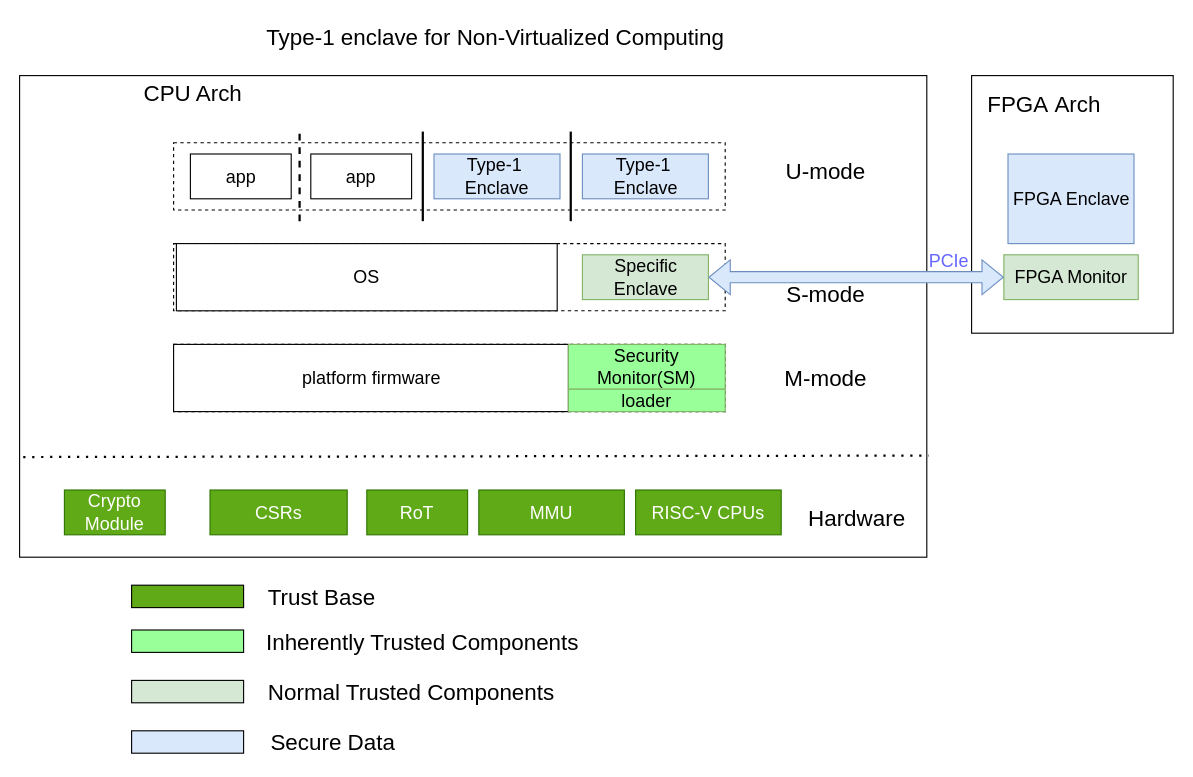
The draw.io diagram page "sys_overview(app)" (1 of 11) of saber.drawio in Zou1c/tmp, before the edit. Source tidied: cells renumbered, new cells numbered last; positions are measured from the earlier drawing's top-left corner, leaving out a move shared by most shapes. Both pictures are drawn from the tidied source at 112%, with x=0, y=0 at pixel (19, 19).
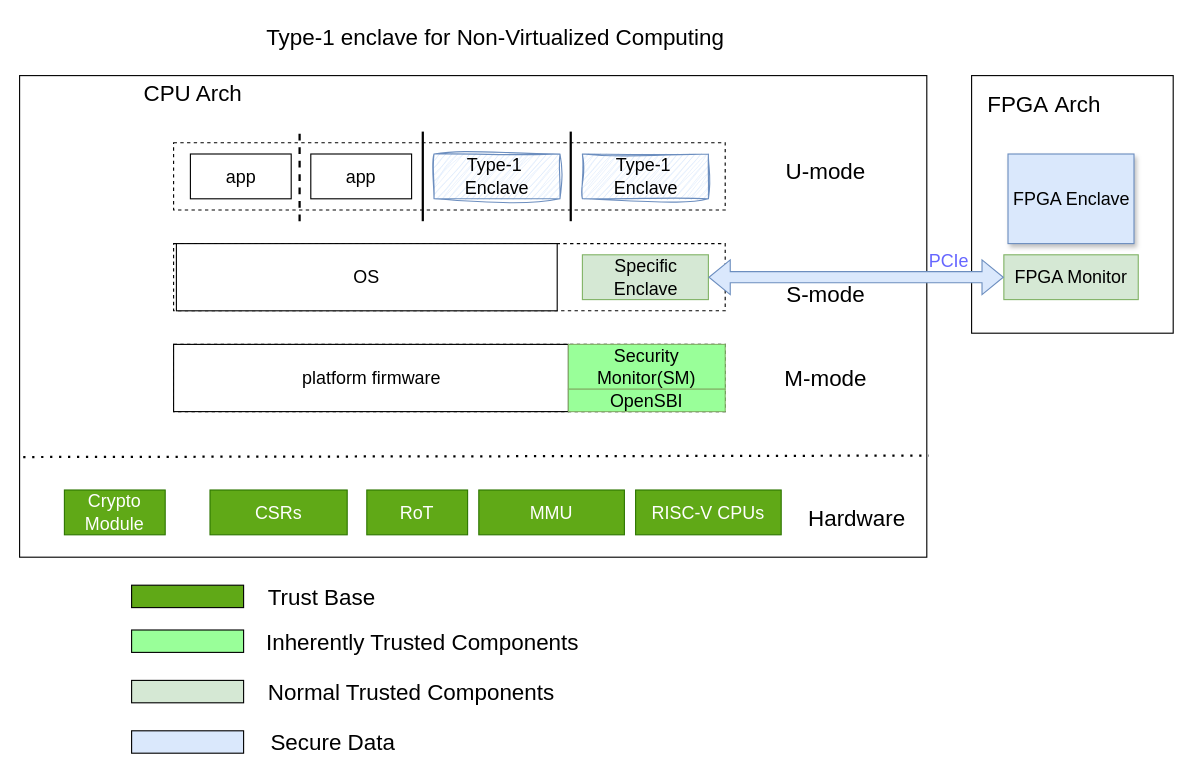
After the change.

Diff of the diagram source:
```diff
@@
-    <mxCell id="9" value="Type-1&amp;nbsp;&lt;div&gt;Enclave&lt;/div&gt;" style="rounded=0;whiteSpace=wrap;html=1;fontSize=16;labelBackgroundColor=none;fillColor=#dae8fc;strokeColor=#6c8ebf;shadow=0;glass=0;gradientColor=none;" parent="1" vertex="1">
+    <mxCell id="9" value="Type-1&amp;nbsp;&lt;div&gt;Enclave&lt;/div&gt;" style="rounded=0;whiteSpace=wrap;html=1;fontSize=16;labelBackgroundColor=none;fillColor=#dae8fc;strokeColor=#6c8ebf;shadow=0;glass=0;gradientColor=none;sketch=1;curveFitting=1;jiggle=2;" parent="1" vertex="1">
       <mxGeometry x="370" y="120" width="112.5" height="40" as="geometry" />
     </mxCell>
@@
-    <mxCell id="20" value="loader" style="rounded=0;whiteSpace=wrap;html=1;fontSize=16;fillColor=#99FF99;strokeColor=#82b366;" parent="1" vertex="1">
+    <mxCell id="20" value="OpenSBI" style="rounded=0;whiteSpace=wrap;html=1;fontSize=16;fillColor=#99FF99;strokeColor=#82b366;" parent="1" vertex="1">
       <mxGeometry x="490" y="330" width="140" height="20" as="geometry" />
     </mxCell>
@@
-    <mxCell id="26" value="FPGA Enclave" style="rounded=0;whiteSpace=wrap;html=1;fontSize=16;labelBackgroundColor=none;fillColor=#dae8fc;strokeColor=#6c8ebf;" parent="1" vertex="1">
+    <mxCell id="26" value="FPGA Enclave" style="rounded=0;whiteSpace=wrap;html=1;fontSize=16;labelBackgroundColor=none;fillColor=#dae8fc;strokeColor=#6c8ebf;shadow=1;" parent="1" vertex="1">
       <mxGeometry x="882.5" y="120" width="112.5" height="80" as="geometry" />
     </mxCell>
@@
-    <mxCell id="33" value="Type-1&amp;nbsp;&lt;div&gt;Enclave&lt;/div&gt;" style="rounded=0;whiteSpace=wrap;html=1;fontSize=16;labelBackgroundColor=none;fillColor=#dae8fc;strokeColor=#6c8ebf;" parent="1" vertex="1">
+    <mxCell id="33" value="Type-1&amp;nbsp;&lt;div&gt;Enclave&lt;/div&gt;" style="rounded=0;whiteSpace=wrap;html=1;fontSize=16;labelBackgroundColor=none;fillColor=#dae8fc;strokeColor=#6c8ebf;glass=0;sketch=1;curveFitting=1;jiggle=2;" parent="1" vertex="1">
       <mxGeometry x="502.5" y="120" width="112.5" height="40" as="geometry" />
     </mxCell>
```
